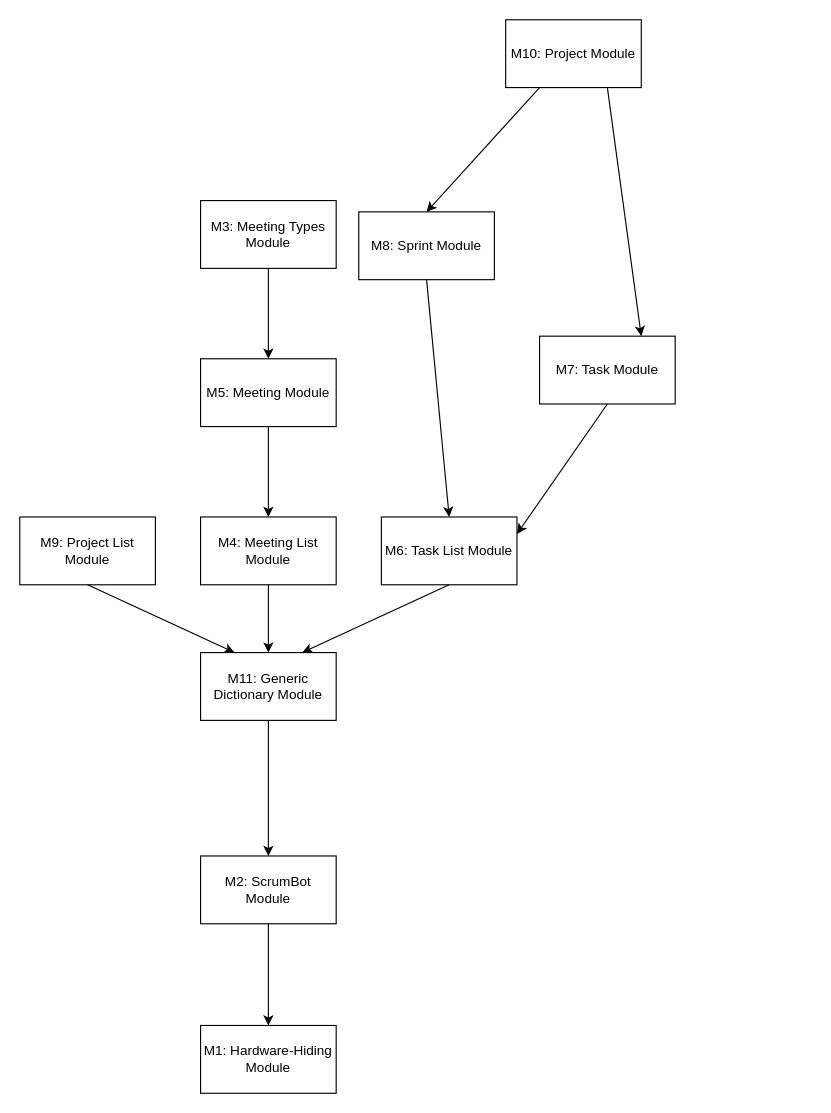
This is Doc/Design/MG/UsesHierarchy.drawio from arkinmodi/ScrumBot, a draw.io file, before an edit. Source tidied: cells renumbered, new cells numbered last; positions are measured from the earlier drawing's top-left corner, leaving out a move shared by most shapes. Both pictures are drawn from the tidied source at 113%, with x=0, y=0 at pixel (19, 19).
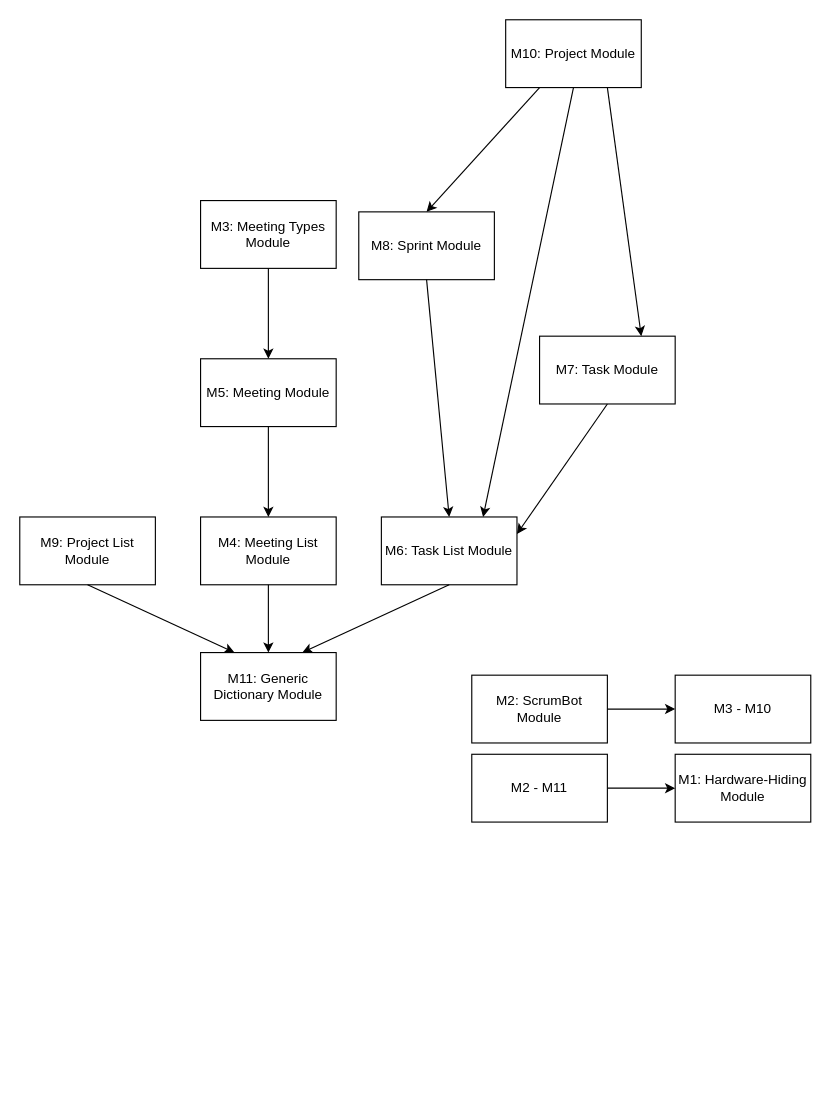
The same diagram, later.

Commit message:
Updated uses diagram

Unchanged cells that the change refers to:
```xml
<mxCell id="7" value="M6: Task List Module" style="rounded=0;whiteSpace=wrap;html=1;" parent="1" vertex="1">
  <mxGeometry x="320" y="440" width="120" height="60" as="geometry" />
</mxCell>
<mxCell id="11" value="M10: Project Module" style="rounded=0;whiteSpace=wrap;html=1;" parent="1" vertex="1">
  <mxGeometry x="430" width="120" height="60" as="geometry" />
</mxCell>
<mxCell id="12" value="M11: Generic Dictionary Module" style="rounded=0;whiteSpace=wrap;html=1;" parent="1" vertex="1">
  <mxGeometry x="160" y="560" width="120" height="60" as="geometry" />
</mxCell>
```

Diff of the diagram source:
```diff
@@
-    <mxCell id="2" value="M2: ScrumBot Module" style="rounded=0;whiteSpace=wrap;html=1;" parent="1" vertex="1">
-      <mxGeometry x="160" y="740" width="120" height="60" as="geometry" />
-    </mxCell>
@@
     <mxCell id="4" value="M1: Hardware-Hiding Module" style="rounded=0;whiteSpace=wrap;html=1;" parent="1" vertex="1">
-      <mxGeometry x="160" y="890" width="120" height="60" as="geometry" />
+      <mxGeometry x="580" y="650" width="120" height="60" as="geometry" />
     </mxCell>
@@
-    <mxCell id="22" style="endArrow=classic;html=1;exitX=0.5;exitY=1;exitDx=0;exitDy=0;entryX=0.5;entryY=0;entryDx=0;entryDy=0;" parent="1" edge="1" source="12" target="2">
-      <mxGeometry relative="1" as="geometry" />
-    </mxCell>
-    <mxCell id="23" style="endArrow=classic;html=1;exitX=0.5;exitY=1;exitDx=0;exitDy=0;entryX=0.5;entryY=0;entryDx=0;entryDy=0;" parent="1" edge="1" source="2" target="4">
-      <mxGeometry relative="1" as="geometry" />
-    </mxCell>
+    <mxCell id="24" style="endArrow=classic;html=1;exitX=0.5;exitY=1;exitDx=0;exitDy=0;entryX=0.75;entryY=0;entryDx=0;entryDy=0;" parent="1" edge="1" source="11" target="7">
+      <mxGeometry relative="1" as="geometry" />
+    </mxCell>
+    <mxCell id="25" style="endArrow=classic;html=1;entryX=0;entryY=0.5;entryDx=0;entryDy=0;exitX=1;exitY=0.5;exitDx=0;exitDy=0;" parent="1" edge="1" source="26" target="4">
+      <mxGeometry relative="1" as="geometry" />
+    </mxCell>
+    <mxCell id="26" value="M2 - M11" style="rounded=0;whiteSpace=wrap;html=1;" parent="1" vertex="1">
+      <mxGeometry x="400" y="650" width="120" height="60" as="geometry" />
+    </mxCell>
+    <mxCell id="2" value="M2: ScrumBot Module" style="rounded=0;whiteSpace=wrap;html=1;" parent="1" vertex="1">
+      <mxGeometry x="400" y="580" width="120" height="60" as="geometry" />
+    </mxCell>
+    <mxCell id="27" style="endArrow=classic;html=1;entryX=0;entryY=0.5;entryDx=0;entryDy=0;exitX=1;exitY=0.5;exitDx=0;exitDy=0;" parent="1" edge="1" source="2" target="28">
+      <mxGeometry relative="1" as="geometry" />
+    </mxCell>
+    <mxCell id="28" value="M3 - M10" style="rounded=0;whiteSpace=wrap;html=1;" parent="1" vertex="1">
+      <mxGeometry x="580" y="580" width="120" height="60" as="geometry" />
+    </mxCell>
```
